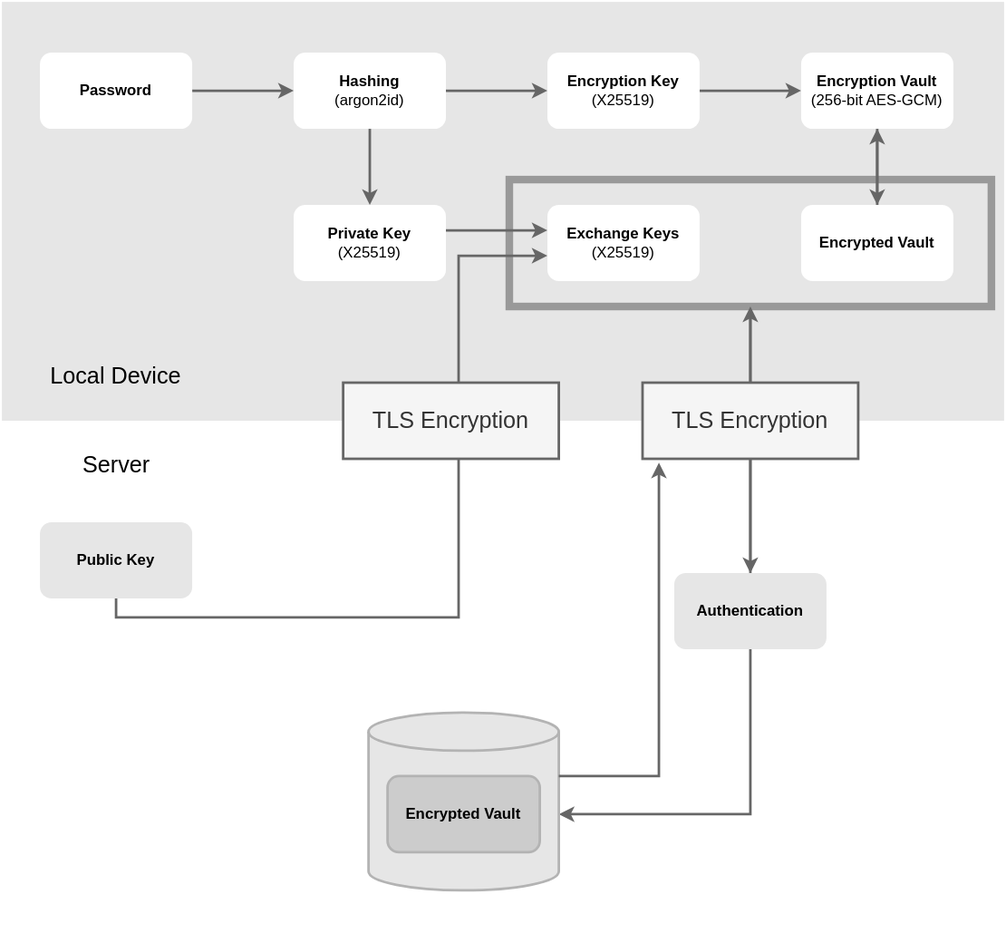
Before: diagrams/cryptography.drawio.svg, a diagram exported from draw.io (LibrePass/LibrePass-Docs). Source tidied: cells renumbered, new cells last; positions are measured from the earlier drawing's top-left corner, leaving out a move shared by most shapes. Its diagram source:
```xml
<mxGraphModel>
  <root>
    <mxCell id="0" />
    <mxCell id="1" parent="0" />
    <mxCell id="2" style="rounded=0;whiteSpace=wrap;html=1;strokeWidth=3;fillStyle=auto;strokeColor=none;" parent="1" vertex="1">
      <mxGeometry y="330" width="790" height="410" as="geometry" />
    </mxCell>
    <mxCell id="3" style="rounded=0;whiteSpace=wrap;html=1;fillColor=#E6E6E6;gradientColor=none;fillStyle=auto;strokeWidth=3;strokeColor=none;" parent="1" vertex="1">
      <mxGeometry width="790" height="330" as="geometry" />
    </mxCell>
    <mxCell id="4" style="edgeStyle=orthogonalEdgeStyle;rounded=0;jettySize=auto;html=1;strokeWidth=2;strokeColor=#666666;" parent="1" edge="1" source="5" target="26">
      <mxGeometry relative="1" as="geometry">
        <Array as="points">
          <mxPoint x="590" y="430" />
          <mxPoint x="590" y="430" />
        </Array>
      </mxGeometry>
    </mxCell>
    <mxCell id="5" style="rounded=0;whiteSpace=wrap;html=1;strokeWidth=6;fillColor=none;strokeColor=#999999;" parent="1" vertex="1">
      <mxGeometry x="400" y="140" width="380" height="100" as="geometry" />
    </mxCell>
    <mxCell id="6" style="edgeStyle=orthogonalEdgeStyle;rounded=0;jettySize=auto;html=1;entryX=0;entryY=0.5;entryDx=0;entryDy=0;strokeWidth=2;strokeColor=#666666;" parent="1" edge="1" source="7" target="10">
      <mxGeometry relative="1" as="geometry" />
    </mxCell>
    <mxCell id="7" value="&lt;b&gt;Password&lt;/b&gt;" style="rounded=1;whiteSpace=wrap;html=1;strokeColor=none;" parent="1" vertex="1">
      <mxGeometry x="30" y="40" width="120" height="60" as="geometry" />
    </mxCell>
    <mxCell id="8" style="edgeStyle=orthogonalEdgeStyle;rounded=0;jettySize=auto;html=1;strokeWidth=2;strokeColor=#666666;" parent="1" edge="1" source="10" target="12">
      <mxGeometry relative="1" as="geometry" />
    </mxCell>
    <mxCell id="9" style="edgeStyle=orthogonalEdgeStyle;rounded=0;jettySize=auto;html=1;strokeWidth=2;strokeColor=#666666;" parent="1" edge="1" source="10" target="20">
      <mxGeometry relative="1" as="geometry" />
    </mxCell>
    <mxCell id="10" value="&lt;div&gt;&lt;b&gt;Hashing&lt;/b&gt;&lt;/div&gt; (argon2id)" style="rounded=1;whiteSpace=wrap;html=1;strokeColor=none;" parent="1" vertex="1">
      <mxGeometry x="230" y="40" width="120" height="60" as="geometry" />
    </mxCell>
    <mxCell id="11" style="edgeStyle=orthogonalEdgeStyle;rounded=0;jettySize=auto;html=1;strokeColor=#666666;strokeWidth=2;" parent="1" edge="1" source="12" target="15">
      <mxGeometry relative="1" as="geometry" />
    </mxCell>
    <mxCell id="12" value="&lt;div&gt;&lt;b&gt;Encryption Key&lt;/b&gt;&lt;/div&gt;(X25519)" style="rounded=1;whiteSpace=wrap;html=1;strokeColor=none;" parent="1" vertex="1">
      <mxGeometry x="430" y="40" width="120" height="60" as="geometry" />
    </mxCell>
    <mxCell id="13" value="&lt;div&gt;&lt;b&gt;Exchange Keys&lt;/b&gt;&lt;/div&gt;(X25519)" style="rounded=1;whiteSpace=wrap;html=1;strokeColor=none;" parent="1" vertex="1">
      <mxGeometry x="430" y="160" width="120" height="60" as="geometry" />
    </mxCell>
    <mxCell id="14" style="edgeStyle=orthogonalEdgeStyle;rounded=0;jettySize=auto;html=1;strokeWidth=2;strokeColor=#666666;" parent="1" edge="1" source="15" target="17">
      <mxGeometry relative="1" as="geometry" />
    </mxCell>
    <mxCell id="15" value="&lt;div&gt;&lt;b&gt;Encryption Vault&lt;/b&gt;&lt;/div&gt;&lt;div&gt;(256-bit AES-GCM)&lt;br&gt;&lt;/div&gt;" style="rounded=1;whiteSpace=wrap;html=1;strokeColor=none;" parent="1" vertex="1">
      <mxGeometry x="630" y="40" width="120" height="60" as="geometry" />
    </mxCell>
    <mxCell id="16" style="edgeStyle=orthogonalEdgeStyle;rounded=0;jettySize=auto;html=1;entryX=0.5;entryY=1;entryDx=0;entryDy=0;strokeWidth=2;strokeColor=#666666;" parent="1" edge="1" source="17" target="15">
      <mxGeometry relative="1" as="geometry" />
    </mxCell>
    <mxCell id="17" value="&lt;b&gt;Encrypted Vault&lt;br&gt;&lt;/b&gt;" style="rounded=1;whiteSpace=wrap;html=1;strokeColor=none;" parent="1" vertex="1">
      <mxGeometry x="630" y="160" width="120" height="60" as="geometry" />
    </mxCell>
    <mxCell id="18" value="&lt;h2&gt;&lt;span style=&quot;font-weight: normal;&quot;&gt;Local Device&lt;/span&gt;&lt;br&gt;&lt;/h2&gt;" style="text;html=1;strokeColor=none;fillColor=none;align=center;verticalAlign=middle;whiteSpace=wrap;rounded=0;" parent="1" vertex="1">
      <mxGeometry x="35" y="270" width="110" height="50" as="geometry" />
    </mxCell>
    <mxCell id="19" style="edgeStyle=orthogonalEdgeStyle;rounded=0;jettySize=auto;html=1;strokeWidth=2;strokeColor=#666666;" parent="1" edge="1" source="20" target="13">
      <mxGeometry relative="1" as="geometry">
        <Array as="points">
          <mxPoint x="390" y="180" />
          <mxPoint x="390" y="180" />
        </Array>
      </mxGeometry>
    </mxCell>
    <mxCell id="20" value="&lt;div&gt;&lt;b&gt;Private Key&lt;/b&gt;&lt;/div&gt;&lt;div&gt;(X25519)&lt;b&gt;&lt;br&gt;&lt;/b&gt;&lt;/div&gt;" style="rounded=1;whiteSpace=wrap;html=1;strokeColor=none;" parent="1" vertex="1">
      <mxGeometry x="230" y="160" width="120" height="60" as="geometry" />
    </mxCell>
    <mxCell id="21" style="edgeStyle=orthogonalEdgeStyle;rounded=0;jettySize=auto;html=1;strokeWidth=2;strokeColor=#666666;" parent="1" edge="1" source="31">
      <mxGeometry relative="1" as="geometry">
        <mxPoint x="430" y="200" as="targetPoint" />
        <Array as="points">
          <mxPoint x="360" y="200" />
          <mxPoint x="430" y="200" />
        </Array>
      </mxGeometry>
    </mxCell>
    <mxCell id="22" value="&lt;b&gt;Public Key&lt;br&gt;&lt;/b&gt;" style="rounded=1;whiteSpace=wrap;html=1;strokeColor=none;fillColor=#E6E6E6;" parent="1" vertex="1">
      <mxGeometry x="30" y="410" width="120" height="60" as="geometry" />
    </mxCell>
    <mxCell id="23" value="&lt;h2&gt;&lt;span style=&quot;font-weight: normal;&quot;&gt;Server&lt;/span&gt;&lt;/h2&gt;" style="text;html=1;strokeColor=none;fillColor=none;align=center;verticalAlign=middle;whiteSpace=wrap;rounded=0;" parent="1" vertex="1">
      <mxGeometry x="57.5" y="340" width="65" height="50" as="geometry" />
    </mxCell>
    <mxCell id="24" style="edgeStyle=orthogonalEdgeStyle;rounded=0;jettySize=auto;html=1;entryX=0.5;entryY=1;entryDx=0;entryDy=0;strokeWidth=2;strokeColor=#666666;" parent="1" edge="1" source="26" target="5">
      <mxGeometry relative="1" as="geometry">
        <Array as="points">
          <mxPoint x="590" y="430" />
          <mxPoint x="590" y="430" />
        </Array>
      </mxGeometry>
    </mxCell>
    <mxCell id="25" style="edgeStyle=orthogonalEdgeStyle;rounded=0;jettySize=auto;html=1;strokeWidth=2;strokeColor=#666666;" parent="1" edge="1" source="26" target="27">
      <mxGeometry relative="1" as="geometry">
        <Array as="points">
          <mxPoint x="590" y="640" />
        </Array>
      </mxGeometry>
    </mxCell>
    <mxCell id="26" value="&lt;b&gt;Authentication&lt;/b&gt;" style="rounded=1;whiteSpace=wrap;html=1;strokeColor=none;fillColor=#E6E6E6;" parent="1" vertex="1">
      <mxGeometry x="530" y="450" width="120" height="60" as="geometry" />
    </mxCell>
    <mxCell id="27" style="shape=cylinder3;whiteSpace=wrap;html=1;boundedLbl=1;backgroundOutline=1;size=15;strokeColor=#B3B3B3;fillColor=#E6E6E6;strokeWidth=2;" parent="1" vertex="1">
      <mxGeometry x="289" y="560" width="150" height="140" as="geometry" />
    </mxCell>
    <mxCell id="28" value="&lt;b&gt;Encrypted Vault&lt;br&gt;&lt;/b&gt;" style="rounded=1;whiteSpace=wrap;html=1;strokeColor=#B3B3B3;strokeWidth=2;fillColor=#CCCCCC;" parent="1" vertex="1">
      <mxGeometry x="304" y="610" width="120" height="60" as="geometry" />
    </mxCell>
    <mxCell id="29" value="&lt;h2&gt;&lt;span style=&quot;font-weight: normal;&quot;&gt;TLS Encryption&lt;/span&gt;&lt;br&gt;&lt;/h2&gt;" style="rounded=0;whiteSpace=wrap;html=1;strokeWidth=2;fillColor=#f5f5f5;strokeColor=#666666;perimeterSpacing=0;fontColor=#333333;" parent="1" vertex="1">
      <mxGeometry x="505" y="300" width="170" height="60" as="geometry" />
    </mxCell>
    <mxCell id="30" style="edgeStyle=orthogonalEdgeStyle;rounded=0;jettySize=auto;html=1;entryX=0;entryY=0.5;entryDx=0;entryDy=0;strokeWidth=2;strokeColor=#666666;" parent="1" edge="1" source="22" target="31">
      <mxGeometry relative="1" as="geometry">
        <Array as="points">
          <mxPoint x="360" y="485" />
        </Array>
      </mxGeometry>
    </mxCell>
    <mxCell id="31" value="&lt;h2&gt;&lt;span style=&quot;font-weight: normal;&quot;&gt;TLS Encryption&lt;/span&gt;&lt;br&gt;&lt;/h2&gt;" style="rounded=0;whiteSpace=wrap;html=1;strokeWidth=2;fillColor=#f5f5f5;strokeColor=#666666;perimeterSpacing=0;fontColor=#333333;" parent="1" vertex="1">
      <mxGeometry x="269" y="300" width="170" height="60" as="geometry" />
    </mxCell>
    <mxCell id="32" style="edgeStyle=orthogonalEdgeStyle;rounded=0;jettySize=auto;html=1;entryX=0.076;entryY=1.05;entryDx=0;entryDy=0;entryPerimeter=0;strokeWidth=2;strokeColor=#666666;" parent="1" edge="1" source="27" target="29">
      <mxGeometry relative="1" as="geometry">
        <Array as="points">
          <mxPoint x="518" y="610" />
        </Array>
      </mxGeometry>
    </mxCell>
  </root>
</mxGraphModel>
```
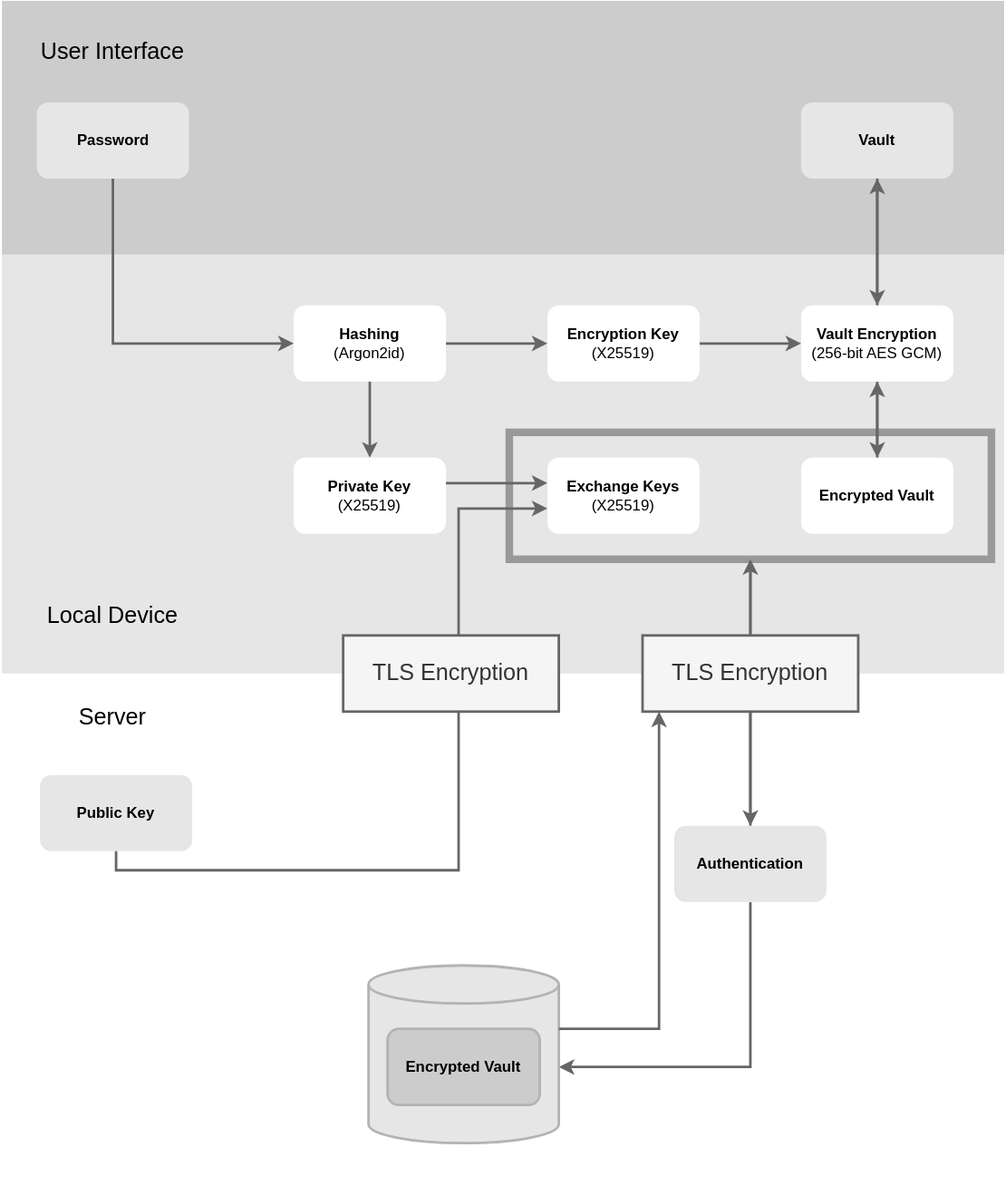
After the change.

Commit message:
Add user interface in cryptography diagram

Diff of the diagram source:
```diff
@@ -2,6 +2,9 @@
   <root>
     <mxCell id="0" />
     <mxCell id="1" parent="0" />
+    <mxCell id="33" style="rounded=0;whiteSpace=wrap;html=1;strokeColor=none;fillColor=#CCCCCC;" parent="1" vertex="1">
+      <mxGeometry y="-200" width="790" height="200" as="geometry" />
+    </mxCell>
     <mxCell id="2" style="rounded=0;whiteSpace=wrap;html=1;strokeWidth=3;fillStyle=auto;strokeColor=none;" parent="1" vertex="1">
       <mxGeometry y="330" width="790" height="410" as="geometry" />
     </mxCell>
@@ -19,11 +22,11 @@
     <mxCell id="5" style="rounded=0;whiteSpace=wrap;html=1;strokeWidth=6;fillColor=none;strokeColor=#999999;" parent="1" vertex="1">
       <mxGeometry x="400" y="140" width="380" height="100" as="geometry" />
     </mxCell>
-    <mxCell id="6" style="edgeStyle=orthogonalEdgeStyle;rounded=0;jettySize=auto;html=1;entryX=0;entryY=0.5;entryDx=0;entryDy=0;strokeWidth=2;strokeColor=#666666;" parent="1" edge="1" source="7" target="10">
+    <mxCell id="6" style="edgeStyle=orthogonalEdgeStyle;rounded=0;jettySize=auto;html=1;entryX=0;entryY=0.5;entryDx=0;entryDy=0;strokeWidth=2;strokeColor=#666666;exitX=0.5;exitY=1;exitDx=0;exitDy=0;" parent="1" edge="1" source="7" target="10">
       <mxGeometry relative="1" as="geometry" />
     </mxCell>
-    <mxCell id="7" value="&lt;b&gt;Password&lt;/b&gt;" style="rounded=1;whiteSpace=wrap;html=1;strokeColor=none;" parent="1" vertex="1">
-      <mxGeometry x="30" y="40" width="120" height="60" as="geometry" />
+    <mxCell id="7" value="&lt;b&gt;Password&lt;br&gt;&lt;/b&gt;" style="rounded=1;whiteSpace=wrap;html=1;strokeColor=none;fillColor=#E6E6E6;" parent="1" vertex="1">
+      <mxGeometry x="27.5" y="-120" width="120" height="60" as="geometry" />
     </mxCell>
     <mxCell id="8" style="edgeStyle=orthogonalEdgeStyle;rounded=0;jettySize=auto;html=1;strokeWidth=2;strokeColor=#666666;" parent="1" edge="1" source="10" target="12">
       <mxGeometry relative="1" as="geometry" />
@@ -31,7 +34,7 @@
     <mxCell id="9" style="edgeStyle=orthogonalEdgeStyle;rounded=0;jettySize=auto;html=1;strokeWidth=2;strokeColor=#666666;" parent="1" edge="1" source="10" target="20">
       <mxGeometry relative="1" as="geometry" />
     </mxCell>
-    <mxCell id="10" value="&lt;div&gt;&lt;b&gt;Hashing&lt;/b&gt;&lt;/div&gt; (argon2id)" style="rounded=1;whiteSpace=wrap;html=1;strokeColor=none;" parent="1" vertex="1">
+    <mxCell id="10" value="&lt;div&gt;&lt;b&gt;Hashing&lt;/b&gt;&lt;/div&gt; (Argon2id)" style="rounded=1;whiteSpace=wrap;html=1;strokeColor=none;" parent="1" vertex="1">
       <mxGeometry x="230" y="40" width="120" height="60" as="geometry" />
     </mxCell>
     <mxCell id="11" style="edgeStyle=orthogonalEdgeStyle;rounded=0;jettySize=auto;html=1;strokeColor=#666666;strokeWidth=2;" parent="1" edge="1" source="12" target="15">
@@ -46,7 +49,10 @@
     <mxCell id="14" style="edgeStyle=orthogonalEdgeStyle;rounded=0;jettySize=auto;html=1;strokeWidth=2;strokeColor=#666666;" parent="1" edge="1" source="15" target="17">
       <mxGeometry relative="1" as="geometry" />
     </mxCell>
+    <mxCell id="34" style="edgeStyle=none;sketch=0;html=1;shadow=0;strokeColor=#666666;strokeWidth=2;" parent="1" edge="1" source="15" target="36">
+      <mxGeometry relative="1" as="geometry" />
+    </mxCell>
-    <mxCell id="15" value="&lt;div&gt;&lt;b&gt;Encryption Vault&lt;/b&gt;&lt;/div&gt;&lt;div&gt;(256-bit AES-GCM)&lt;br&gt;&lt;/div&gt;" style="rounded=1;whiteSpace=wrap;html=1;strokeColor=none;" parent="1" vertex="1">
+    <mxCell id="15" value="&lt;div&gt;&lt;b&gt;Vault Encryption&lt;/b&gt;&lt;/div&gt;&lt;div&gt;(256-bit AES&amp;nbsp;&lt;span style=&quot;background-color: initial;&quot;&gt;GCM)&lt;/span&gt;&lt;/div&gt;" style="rounded=1;whiteSpace=wrap;html=1;strokeColor=none;" parent="1" vertex="1">
       <mxGeometry x="630" y="40" width="120" height="60" as="geometry" />
     </mxCell>
     <mxCell id="16" style="edgeStyle=orthogonalEdgeStyle;rounded=0;jettySize=auto;html=1;entryX=0.5;entryY=1;entryDx=0;entryDy=0;strokeWidth=2;strokeColor=#666666;" parent="1" edge="1" source="17" target="15">
@@ -56,7 +62,7 @@
       <mxGeometry x="630" y="160" width="120" height="60" as="geometry" />
     </mxCell>
     <mxCell id="18" value="&lt;h2&gt;&lt;span style=&quot;font-weight: normal;&quot;&gt;Local Device&lt;/span&gt;&lt;br&gt;&lt;/h2&gt;" style="text;html=1;strokeColor=none;fillColor=none;align=center;verticalAlign=middle;whiteSpace=wrap;rounded=0;" parent="1" vertex="1">
-      <mxGeometry x="35" y="270" width="110" height="50" as="geometry" />
+      <mxGeometry x="30" y="260" width="115" height="50" as="geometry" />
     </mxCell>
     <mxCell id="19" style="edgeStyle=orthogonalEdgeStyle;rounded=0;jettySize=auto;html=1;strokeWidth=2;strokeColor=#666666;" parent="1" edge="1" source="20" target="13">
       <mxGeometry relative="1" as="geometry">
@@ -82,7 +88,7 @@
       <mxGeometry x="30" y="410" width="120" height="60" as="geometry" />
     </mxCell>
     <mxCell id="23" value="&lt;h2&gt;&lt;span style=&quot;font-weight: normal;&quot;&gt;Server&lt;/span&gt;&lt;/h2&gt;" style="text;html=1;strokeColor=none;fillColor=none;align=center;verticalAlign=middle;whiteSpace=wrap;rounded=0;" parent="1" vertex="1">
-      <mxGeometry x="57.5" y="340" width="65" height="50" as="geometry" />
+      <mxGeometry x="55" y="340" width="65" height="50" as="geometry" />
     </mxCell>
     <mxCell id="24" style="edgeStyle=orthogonalEdgeStyle;rounded=0;jettySize=auto;html=1;entryX=0.5;entryY=1;entryDx=0;entryDy=0;strokeWidth=2;strokeColor=#666666;" parent="1" edge="1" source="26" target="5">
       <mxGeometry relative="1" as="geometry">
@@ -121,12 +127,21 @@
     <mxCell id="31" value="&lt;h2&gt;&lt;span style=&quot;font-weight: normal;&quot;&gt;TLS Encryption&lt;/span&gt;&lt;br&gt;&lt;/h2&gt;" style="rounded=0;whiteSpace=wrap;html=1;strokeWidth=2;fillColor=#f5f5f5;strokeColor=#666666;perimeterSpacing=0;fontColor=#333333;" parent="1" vertex="1">
       <mxGeometry x="269" y="300" width="170" height="60" as="geometry" />
     </mxCell>
-    <mxCell id="32" style="edgeStyle=orthogonalEdgeStyle;rounded=0;jettySize=auto;html=1;entryX=0.076;entryY=1.05;entryDx=0;entryDy=0;entryPerimeter=0;strokeWidth=2;strokeColor=#666666;" parent="1" edge="1" source="27" target="29">
+    <mxCell id="32" style="edgeStyle=orthogonalEdgeStyle;rounded=0;jettySize=auto;html=1;strokeWidth=2;strokeColor=#666666;" parent="1" edge="1" source="27" target="29">
       <mxGeometry relative="1" as="geometry">
         <Array as="points">
           <mxPoint x="518" y="610" />
         </Array>
       </mxGeometry>
     </mxCell>
+    <mxCell id="35" value="&lt;h2&gt;&lt;span style=&quot;font-weight: normal;&quot;&gt;User Interface&lt;/span&gt;&lt;/h2&gt;" style="text;html=1;strokeColor=none;fillColor=none;align=center;verticalAlign=middle;whiteSpace=wrap;rounded=0;" parent="1" vertex="1">
+      <mxGeometry x="28.2" y="-180" width="118.5" height="40" as="geometry" />
+    </mxCell>
+    <mxCell id="36" value="&lt;b&gt;Vault&lt;br&gt;&lt;/b&gt;" style="rounded=1;whiteSpace=wrap;html=1;strokeColor=none;fillColor=#E6E6E6;" parent="1" vertex="1">
+      <mxGeometry x="630" y="-120" width="120" height="60" as="geometry" />
+    </mxCell>
+    <mxCell id="37" style="edgeStyle=none;html=1;strokeWidth=2;strokeColor=#666666;" parent="1" edge="1" source="36" target="15">
+      <mxGeometry relative="1" as="geometry" />
+    </mxCell>
   </root>
 </mxGraphModel>
```
